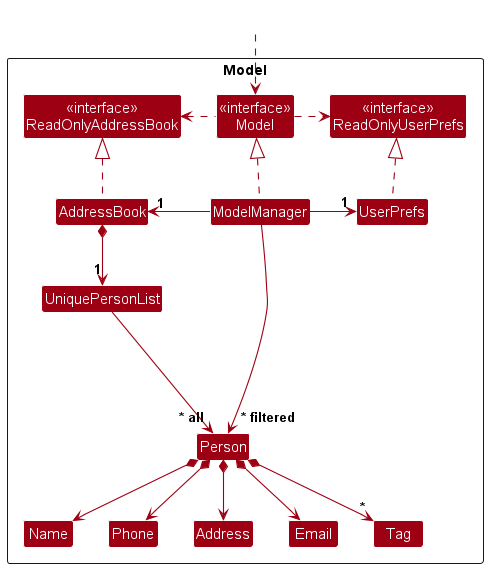
Above: docs/images/ModelClassDiagram.png in nus-cs2103-AY2324S2/tp (PlantUML), before the change.
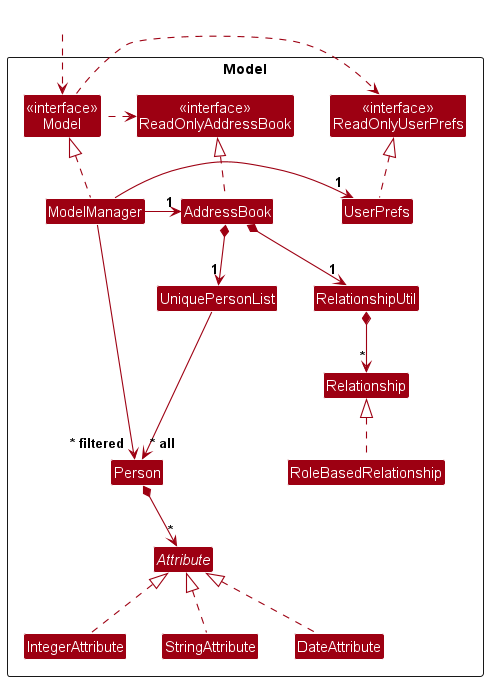
After the change.

Commit message:
Update model UML diagram to reflect Attributes and Relationship Classes added in v1.2

(cherry picked from commit 99df407809b3f29fc20a59e8cfa709203b7f154a)
(cherry picked from commit 6ac01d6a57e9b9649fa4a7e95d09cebdebcc15fe)

What changed in the source:
```diff
@@ -14,11 +14,15 @@
 
 Class UniquePersonList
 Class Person
-Class Address
-Class Email
-Class Name
-Class Phone
-Class Tag
+abstract Class Attribute
+
+Class IntegerAttribute
+Class StringAttribute
+Class DateAttribute
+
+Class RelationshipUtil
+Class Relationship
+Class RoleBasedRelationship
 
 Class I #FFFFFF
 }
@@ -37,18 +41,20 @@
 
 AddressBook *--> "1" UniquePersonList
 UniquePersonList --> "~* all" Person
-Person *--> Name
-Person *--> Phone
-Person *--> Email
-Person *--> Address
-Person *--> "*" Tag
+Person *--> "*" Attribute
+
+IntegerAttribute .up.|> Attribute
+StringAttribute .up.|> Attribute
+DateAttribute .up.|> Attribute
+
+AddressBook *--> "1" RelationshipUtil
+RelationshipUtil *--> "*" Relationship
+
+RoleBasedRelationship .up.|> Relationship
+
 
 Person -[hidden]up--> I
 UniquePersonList -[hidden]right-> I
 
-Name -[hidden]right-> Phone
-Phone -[hidden]right-> Address
-Address -[hidden]right-> Email
-
 ModelManager --> "~* filtered" Person
 @enduml
```
